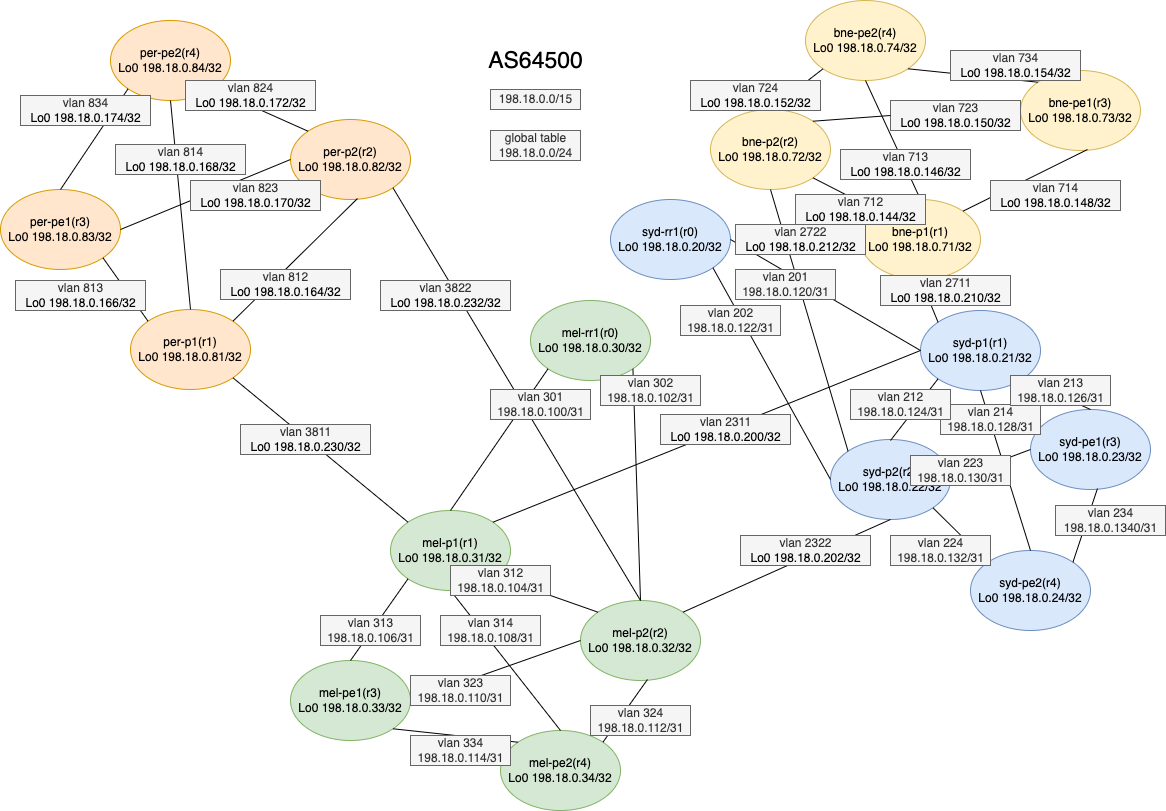
The draw.io diagram docs/lab/as64500/design/lab_as64500_l3.png in inband/inband, before a commit. Source tidied: cells renumbered, new cells last; positions are measured from the earlier drawing's top-left corner, leaving out a move shared by most shapes.
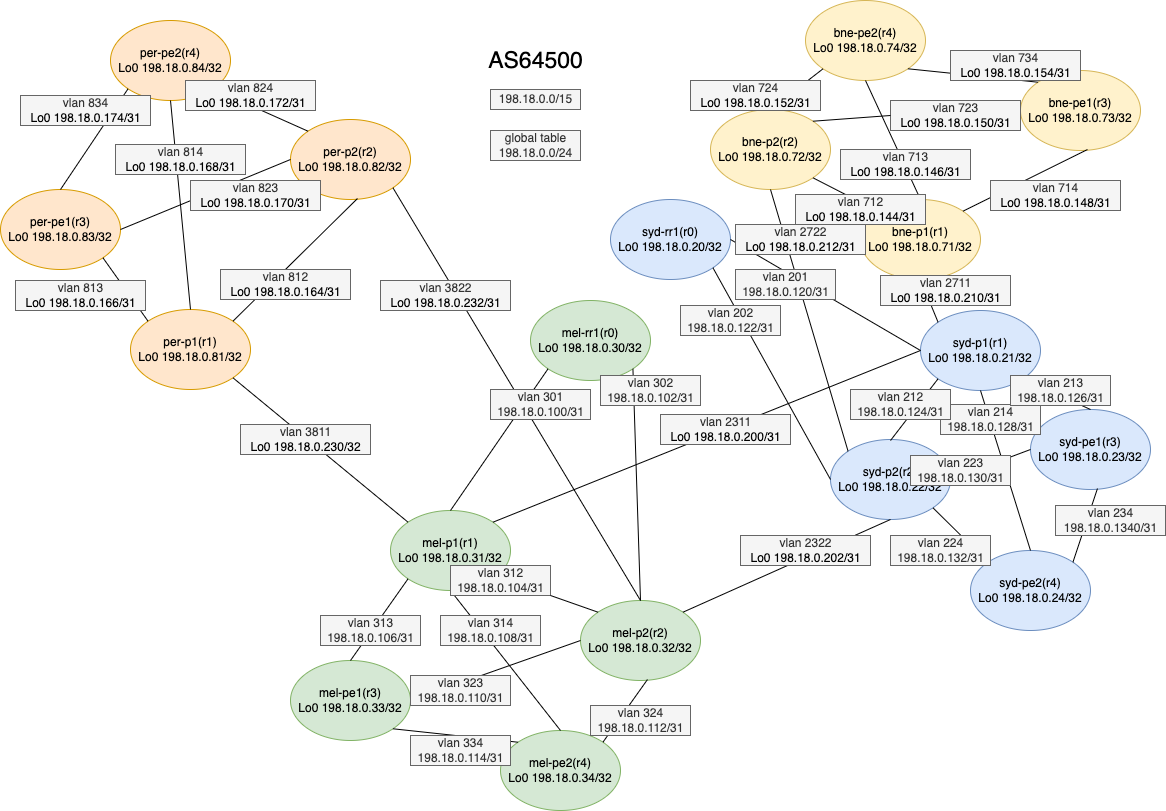
Later version of the same file.

The edit, as a diff of the source:
```diff
@@ -142,37 +142,37 @@
     <mxCell id="47" style="endArrow=none;html=1;rounded=0;entryX=0.5;entryY=1;entryDx=0;entryDy=0;exitX=0.5;exitY=0;exitDx=0;exitDy=0;" parent="1" edge="1" source="28" target="27">
       <mxGeometry relative="1" as="geometry" />
     </mxCell>
-    <mxCell id="48" value="vlan 812&lt;br&gt;&lt;span style=&quot;color: rgb(0 , 0 , 0)&quot;&gt;Lo0 198.18.0.164/32&lt;/span&gt;" style="text;html=1;align=center;verticalAlign=middle;strokeColor=#666666;fillColor=#f5f5f5;fontColor=#333333;" parent="1" vertex="1">
+    <mxCell id="48" value="vlan 812&lt;br&gt;&lt;span style=&quot;color: rgb(0 , 0 , 0)&quot;&gt;Lo0 198.18.0.164/31&lt;/span&gt;" style="text;html=1;align=center;verticalAlign=middle;strokeColor=#666666;fillColor=#f5f5f5;fontColor=#333333;" parent="1" vertex="1">
       <mxGeometry x="220" y="269" width="130" height="30" as="geometry" />
     </mxCell>
-    <mxCell id="49" value="vlan 814&lt;br&gt;&lt;span style=&quot;color: rgb(0 , 0 , 0)&quot;&gt;Lo0 198.18.0.168/32&lt;/span&gt;" style="text;html=1;align=center;verticalAlign=middle;strokeColor=#666666;fillColor=#f5f5f5;fontColor=#333333;" parent="1" vertex="1">
+    <mxCell id="49" value="vlan 814&lt;br&gt;&lt;span style=&quot;color: rgb(0 , 0 , 0)&quot;&gt;Lo0 198.18.0.168/31&lt;/span&gt;" style="text;html=1;align=center;verticalAlign=middle;strokeColor=#666666;fillColor=#f5f5f5;fontColor=#333333;" parent="1" vertex="1">
       <mxGeometry x="115" y="144" width="130" height="30" as="geometry" />
     </mxCell>
-    <mxCell id="50" value="vlan 813&lt;br&gt;&lt;span style=&quot;color: rgb(0 , 0 , 0)&quot;&gt;Lo0 198.18.0.166/32&lt;/span&gt;" style="text;html=1;align=center;verticalAlign=middle;strokeColor=#666666;fillColor=#f5f5f5;fontColor=#333333;" parent="1" vertex="1">
+    <mxCell id="50" value="vlan 813&lt;br&gt;&lt;span style=&quot;color: rgb(0 , 0 , 0)&quot;&gt;Lo0 198.18.0.166/31&lt;/span&gt;" style="text;html=1;align=center;verticalAlign=middle;strokeColor=#666666;fillColor=#f5f5f5;fontColor=#333333;" parent="1" vertex="1">
       <mxGeometry x="15" y="280" width="130" height="30" as="geometry" />
     </mxCell>
-    <mxCell id="51" value="vlan 824&lt;br&gt;&lt;span style=&quot;color: rgb(0 , 0 , 0)&quot;&gt;Lo0 198.18.0.172/32&lt;/span&gt;" style="text;html=1;align=center;verticalAlign=middle;strokeColor=#666666;fillColor=#f5f5f5;fontColor=#333333;" parent="1" vertex="1">
+    <mxCell id="51" value="vlan 824&lt;br&gt;&lt;span style=&quot;color: rgb(0 , 0 , 0)&quot;&gt;Lo0 198.18.0.172/31&lt;/span&gt;" style="text;html=1;align=center;verticalAlign=middle;strokeColor=#666666;fillColor=#f5f5f5;fontColor=#333333;" parent="1" vertex="1">
       <mxGeometry x="185" y="80" width="130" height="30" as="geometry" />
     </mxCell>
-    <mxCell id="52" value="vlan 823&lt;br&gt;&lt;span style=&quot;color: rgb(0 , 0 , 0)&quot;&gt;Lo0 198.18.0.170/32&lt;/span&gt;" style="text;html=1;align=center;verticalAlign=middle;strokeColor=#666666;fillColor=#f5f5f5;fontColor=#333333;" parent="1" vertex="1">
+    <mxCell id="52" value="vlan 823&lt;br&gt;&lt;span style=&quot;color: rgb(0 , 0 , 0)&quot;&gt;Lo0 198.18.0.170/31&lt;/span&gt;" style="text;html=1;align=center;verticalAlign=middle;strokeColor=#666666;fillColor=#f5f5f5;fontColor=#333333;" parent="1" vertex="1">
       <mxGeometry x="190" y="180" width="130" height="30" as="geometry" />
     </mxCell>
-    <mxCell id="53" value="vlan 834&lt;br&gt;&lt;span style=&quot;color: rgb(0 , 0 , 0)&quot;&gt;Lo0 198.18.0.174/32&lt;/span&gt;" style="text;html=1;align=center;verticalAlign=middle;strokeColor=#666666;fillColor=#f5f5f5;fontColor=#333333;" parent="1" vertex="1">
+    <mxCell id="53" value="vlan 834&lt;br&gt;&lt;span style=&quot;color: rgb(0 , 0 , 0)&quot;&gt;Lo0 198.18.0.174/31&lt;/span&gt;" style="text;html=1;align=center;verticalAlign=middle;strokeColor=#666666;fillColor=#f5f5f5;fontColor=#333333;" parent="1" vertex="1">
       <mxGeometry x="20" y="95" width="130" height="30" as="geometry" />
     </mxCell>
-    <mxCell id="54" value="vlan 713&lt;br&gt;&lt;span style=&quot;color: rgb(0 , 0 , 0)&quot;&gt;Lo0 198.18.0.146/32&lt;/span&gt;" style="text;html=1;align=center;verticalAlign=middle;strokeColor=#666666;fillColor=#f5f5f5;fontColor=#333333;" parent="1" vertex="1">
+    <mxCell id="54" value="vlan 713&lt;br&gt;&lt;span style=&quot;color: rgb(0 , 0 , 0)&quot;&gt;Lo0 198.18.0.146/31&lt;/span&gt;" style="text;html=1;align=center;verticalAlign=middle;strokeColor=#666666;fillColor=#f5f5f5;fontColor=#333333;" parent="1" vertex="1">
       <mxGeometry x="840" y="149" width="130" height="30" as="geometry" />
     </mxCell>
-    <mxCell id="55" value="vlan 724&lt;br&gt;&lt;span style=&quot;color: rgb(0 , 0 , 0)&quot;&gt;Lo0 198.18.0.152/32&lt;/span&gt;" style="text;html=1;align=center;verticalAlign=middle;strokeColor=#666666;fillColor=#f5f5f5;fontColor=#333333;" parent="1" vertex="1">
+    <mxCell id="55" value="vlan 724&lt;br&gt;&lt;span style=&quot;color: rgb(0 , 0 , 0)&quot;&gt;Lo0 198.18.0.152/31&lt;/span&gt;" style="text;html=1;align=center;verticalAlign=middle;strokeColor=#666666;fillColor=#f5f5f5;fontColor=#333333;" parent="1" vertex="1">
       <mxGeometry x="690" y="80" width="130" height="30" as="geometry" />
     </mxCell>
-    <mxCell id="56" value="vlan 714&lt;br&gt;&lt;span style=&quot;color: rgb(0 , 0 , 0)&quot;&gt;Lo0 198.18.0.148/32&lt;/span&gt;" style="text;html=1;align=center;verticalAlign=middle;strokeColor=#666666;fillColor=#f5f5f5;fontColor=#333333;" parent="1" vertex="1">
+    <mxCell id="56" value="vlan 714&lt;br&gt;&lt;span style=&quot;color: rgb(0 , 0 , 0)&quot;&gt;Lo0 198.18.0.148/31&lt;/span&gt;" style="text;html=1;align=center;verticalAlign=middle;strokeColor=#666666;fillColor=#f5f5f5;fontColor=#333333;" parent="1" vertex="1">
       <mxGeometry x="990" y="180" width="130" height="30" as="geometry" />
     </mxCell>
-    <mxCell id="57" value="vlan 712&lt;br&gt;&lt;span style=&quot;color: rgb(0 , 0 , 0)&quot;&gt;Lo0 198.18.0.144/32&lt;/span&gt;" style="text;html=1;align=center;verticalAlign=middle;strokeColor=#666666;fillColor=#f5f5f5;fontColor=#333333;" parent="1" vertex="1">
+    <mxCell id="57" value="vlan 712&lt;br&gt;&lt;span style=&quot;color: rgb(0 , 0 , 0)&quot;&gt;Lo0 198.18.0.144/31&lt;/span&gt;" style="text;html=1;align=center;verticalAlign=middle;strokeColor=#666666;fillColor=#f5f5f5;fontColor=#333333;" parent="1" vertex="1">
       <mxGeometry x="795" y="194" width="130" height="30" as="geometry" />
     </mxCell>
-    <mxCell id="58" value="vlan 734&lt;br&gt;&lt;span style=&quot;color: rgb(0 , 0 , 0)&quot;&gt;Lo0 198.18.0.154/32&lt;/span&gt;" style="text;html=1;align=center;verticalAlign=middle;strokeColor=#666666;fillColor=#f5f5f5;fontColor=#333333;" parent="1" vertex="1">
+    <mxCell id="58" value="vlan 734&lt;br&gt;&lt;span style=&quot;color: rgb(0 , 0 , 0)&quot;&gt;Lo0 198.18.0.154/31&lt;/span&gt;" style="text;html=1;align=center;verticalAlign=middle;strokeColor=#666666;fillColor=#f5f5f5;fontColor=#333333;" parent="1" vertex="1">
       <mxGeometry x="950" y="50" width="130" height="30" as="geometry" />
     </mxCell>
     <mxCell id="59" value="vlan 214&lt;br&gt;198.18.0.128/31" style="text;html=1;align=center;verticalAlign=middle;strokeColor=#666666;fillColor=#f5f5f5;fontColor=#333333;" parent="1" vertex="1">
@@ -190,7 +190,7 @@
     <mxCell id="63" value="vlan 213&lt;br&gt;198.18.0.126/31" style="text;html=1;align=center;verticalAlign=middle;strokeColor=#666666;fillColor=#f5f5f5;fontColor=#333333;" parent="1" vertex="1">
       <mxGeometry x="1010" y="375" width="100" height="30" as="geometry" />
     </mxCell>
-    <mxCell id="64" value="vlan 723&lt;br&gt;&lt;span style=&quot;color: rgb(0 , 0 , 0)&quot;&gt;Lo0 198.18.0.150/32&lt;/span&gt;" style="text;html=1;align=center;verticalAlign=middle;points=[];strokeColor=#666666;fillColor=#f5f5f5;fontColor=#333333;" parent="1" vertex="1">
+    <mxCell id="64" value="vlan 723&lt;br&gt;&lt;span style=&quot;color: rgb(0 , 0 , 0)&quot;&gt;Lo0 198.18.0.150/31&lt;/span&gt;" style="text;html=1;align=center;verticalAlign=middle;points=[];strokeColor=#666666;fillColor=#f5f5f5;fontColor=#333333;" parent="1" vertex="1">
       <mxGeometry x="890" y="100" width="130" height="30" as="geometry" />
     </mxCell>
     <mxCell id="65" style="endArrow=none;html=1;rounded=0;entryX=0;entryY=0.5;entryDx=0;entryDy=0;exitX=1;exitY=0;exitDx=0;exitDy=0;" parent="1" edge="1" source="26" target="64">
@@ -223,13 +223,13 @@
     <mxCell id="74" value="vlan 3811&lt;br&gt;&lt;span style=&quot;color: rgb(0 , 0 , 0)&quot;&gt;Lo0 198.18.0.230/32&lt;/span&gt;" style="text;html=1;align=center;verticalAlign=middle;strokeColor=#666666;fillColor=#f5f5f5;fontColor=#333333;" parent="1" vertex="1">
       <mxGeometry x="240" y="424" width="130" height="30" as="geometry" />
     </mxCell>
-    <mxCell id="75" value="vlan 3822&lt;br&gt;&lt;span style=&quot;color: rgb(0 , 0 , 0)&quot;&gt;Lo0 198.18.0.232/32&lt;/span&gt;" style="text;html=1;align=center;verticalAlign=middle;strokeColor=#666666;fillColor=#f5f5f5;fontColor=#333333;" parent="1" vertex="1">
+    <mxCell id="75" value="vlan 3822&lt;br&gt;&lt;span style=&quot;color: rgb(0 , 0 , 0)&quot;&gt;Lo0 198.18.0.232/31&lt;/span&gt;" style="text;html=1;align=center;verticalAlign=middle;strokeColor=#666666;fillColor=#f5f5f5;fontColor=#333333;" parent="1" vertex="1">
       <mxGeometry x="380" y="280" width="130" height="30" as="geometry" />
     </mxCell>
-    <mxCell id="76" value="vlan 2322&lt;br&gt;&lt;span style=&quot;color: rgb(0 , 0 , 0)&quot;&gt;Lo0 198.18.0.202/32&lt;/span&gt;" style="text;html=1;align=center;verticalAlign=middle;strokeColor=#666666;fillColor=#f5f5f5;fontColor=#333333;" parent="1" vertex="1">
+    <mxCell id="76" value="vlan 2322&lt;br&gt;&lt;span style=&quot;color: rgb(0 , 0 , 0)&quot;&gt;Lo0 198.18.0.202/31&lt;/span&gt;" style="text;html=1;align=center;verticalAlign=middle;strokeColor=#666666;fillColor=#f5f5f5;fontColor=#333333;" parent="1" vertex="1">
       <mxGeometry x="740" y="535" width="130" height="30" as="geometry" />
     </mxCell>
-    <mxCell id="77" value="vlan 2311&lt;br&gt;&lt;span style=&quot;color: rgb(0 , 0 , 0)&quot;&gt;Lo0 198.18.0.200/32&lt;/span&gt;" style="text;html=1;align=center;verticalAlign=middle;strokeColor=#666666;fillColor=#f5f5f5;fontColor=#333333;" parent="1" vertex="1">
+    <mxCell id="77" value="vlan 2311&lt;br&gt;&lt;span style=&quot;color: rgb(0 , 0 , 0)&quot;&gt;Lo0 198.18.0.200/31&lt;/span&gt;" style="text;html=1;align=center;verticalAlign=middle;strokeColor=#666666;fillColor=#f5f5f5;fontColor=#333333;" parent="1" vertex="1">
       <mxGeometry x="660" y="414" width="130" height="30" as="geometry" />
     </mxCell>
     <mxCell id="78" value="mel-rr1(r0)&lt;br&gt;Lo0 198.18.0.30/32" style="ellipse;whiteSpace=wrap;html=1;fillColor=#d5e8d4;strokeColor=#82b366;" parent="1" vertex="1">
@@ -262,10 +262,10 @@
     <mxCell id="87" value="vlan 201&lt;br&gt;198.18.0.120/31" style="text;html=1;align=center;verticalAlign=middle;strokeColor=#666666;fillColor=#f5f5f5;fontColor=#333333;" parent="1" vertex="1">
       <mxGeometry x="735" y="269" width="100" height="30" as="geometry" />
     </mxCell>
-    <mxCell id="88" value="vlan 2711&lt;br&gt;&lt;span style=&quot;color: rgb(0 , 0 , 0)&quot;&gt;Lo0 198.18.0.210/32&lt;/span&gt;" style="text;html=1;align=center;verticalAlign=middle;strokeColor=#666666;fillColor=#f5f5f5;fontColor=#333333;" parent="1" vertex="1">
+    <mxCell id="88" value="vlan 2711&lt;br&gt;&lt;span style=&quot;color: rgb(0 , 0 , 0)&quot;&gt;Lo0 198.18.0.210/31&lt;/span&gt;" style="text;html=1;align=center;verticalAlign=middle;strokeColor=#666666;fillColor=#f5f5f5;fontColor=#333333;" parent="1" vertex="1">
       <mxGeometry x="880" y="275" width="130" height="30" as="geometry" />
     </mxCell>
-    <mxCell id="89" value="vlan 2722&lt;br&gt;&lt;span style=&quot;color: rgb(0 , 0 , 0)&quot;&gt;Lo0 198.18.0.212/32&lt;/span&gt;" style="text;html=1;align=center;verticalAlign=middle;strokeColor=#666666;fillColor=#f5f5f5;fontColor=#333333;" parent="1" vertex="1">
+    <mxCell id="89" value="vlan 2722&lt;br&gt;&lt;span style=&quot;color: rgb(0 , 0 , 0)&quot;&gt;Lo0 198.18.0.212/31&lt;/span&gt;" style="text;html=1;align=center;verticalAlign=middle;strokeColor=#666666;fillColor=#f5f5f5;fontColor=#333333;" parent="1" vertex="1">
       <mxGeometry x="735" y="224" width="130" height="30" as="geometry" />
     </mxCell>
     <mxCell id="90" value="&lt;font style=&quot;font-size: 23px&quot;&gt;AS64500&lt;/font&gt;" style="text;html=1;align=center;verticalAlign=middle;strokeColor=none;fillColor=none;" parent="1" vertex="1">
```
